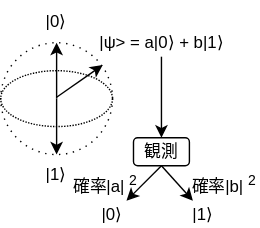
Before: images/lec-qc1.drawio.svg, a diagram exported from draw.io (herumi/lecture-crypto). Source tidied: cells renumbered, new cells last; positions are measured from the earlier drawing's top-left corner, leaving out a move shared by most shapes.
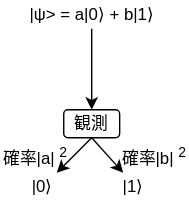
After the change.

What changed in the source:
```diff
@@ -2,32 +2,6 @@
   <root>
     <mxCell id="0" />
     <mxCell id="1" parent="0" />
-    <mxCell id="2" style="ellipse;whiteSpace=wrap;html=1;dashed=1;dashPattern=1 4;" parent="1" vertex="1">
-      <mxGeometry y="30" width="80" height="80" as="geometry" />
-    </mxCell>
-    <mxCell id="3" style="endArrow=classic;html=1;" parent="1" edge="1">
-      <mxGeometry relative="1" as="geometry">
-        <mxPoint x="40" y="70" as="sourcePoint" />
-        <mxPoint x="40" y="30" as="targetPoint" />
-      </mxGeometry>
-    </mxCell>
-    <mxCell id="4" style="endArrow=classic;html=1;entryX=0.5;entryY=0;entryDx=0;entryDy=0;" parent="1" edge="1" target="5">
-      <mxGeometry relative="1" as="geometry">
-        <mxPoint x="40" y="70" as="sourcePoint" />
-      </mxGeometry>
-    </mxCell>
-    <mxCell id="5" value="|1⟩" style="text;html=1;align=center;verticalAlign=middle;whiteSpace=wrap;rounded=0;" parent="1" vertex="1">
-      <mxGeometry x="25" y="110" width="30" height="30" as="geometry" />
-    </mxCell>
-    <mxCell id="6" value="|0⟩" style="text;html=1;align=center;verticalAlign=middle;whiteSpace=wrap;rounded=0;" parent="1" vertex="1">
-      <mxGeometry x="25" width="30" height="30" as="geometry" />
-    </mxCell>
-    <mxCell id="7" style="endArrow=classic;html=1;" parent="1" edge="1">
-      <mxGeometry relative="1" as="geometry">
-        <mxPoint x="40" y="69" as="sourcePoint" />
-        <mxPoint x="73" y="46" as="targetPoint" />
-      </mxGeometry>
-    </mxCell>
     <mxCell id="8" style="edgeStyle=none;html=1;exitX=0.5;exitY=1;exitDx=0;exitDy=0;" parent="1" edge="1" source="10" target="13">
       <mxGeometry relative="1" as="geometry" />
     </mxCell>
@@ -55,8 +29,5 @@
     <mxCell id="16" value="確率|b|&lt;sup&gt;2&lt;/sup&gt;" style="text;html=1;align=center;verticalAlign=middle;whiteSpace=wrap;rounded=0;" parent="1" vertex="1">
       <mxGeometry x="135" y="121" width="50" height="20" as="geometry" />
     </mxCell>
-    <mxCell id="17" style="ellipse;whiteSpace=wrap;html=1;fillColor=none;dashed=1;dashPattern=1 1;" parent="1" vertex="1">
-      <mxGeometry y="50" width="80" height="40" as="geometry" />
-    </mxCell>
   </root>
 </mxGraphModel>
```
